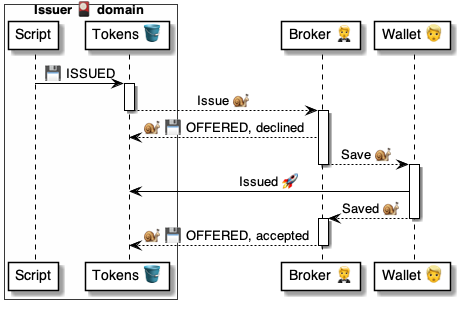
Above: 4 ⚙️ Solution/41 🎭 Domain Roles/Issuers 🎴/🎴🪣 Issuer tables/Tokens 🎫 table/🪣 Tokens/🎴 Issuer.Tokens ⚙️ uml.png in pollyweb-org/pollyweb-docs (PlantUML), before the change. Its source is kept beside it as 4 ⚙️ Solution/41 🎭 Domain Roles/Issuers 🎴/🎴🪣 Issuer tables/Tokens 🎫 table/🪣 Tokens/🎴 Issuer.Tokens ⚙️ uml.puml.
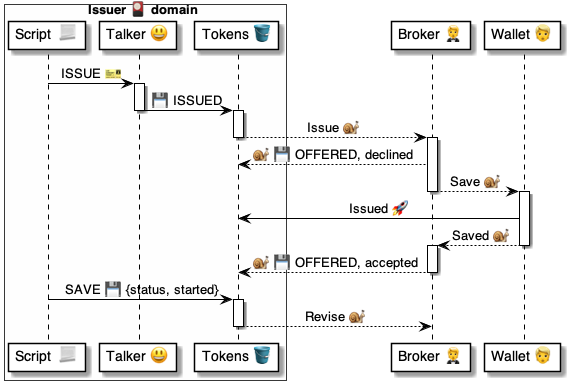
The same file after the commit.

Change to the diagram source:
```diff
@@ -1,13 +1,19 @@
 @startuml Issuer.Tokens
 
 box Issuer 🎴 domain #FFFFFA
-    participant "Script" as script
+    participant "Script  📃" as script
+    participant "Talker 😃" as talker
     participant "Tokens 🪣" as tokens
 end box
 participant "Broker 🤵" as broker
 participant "Wallet 👱" as wallet
 
-script -> tokens: 💾 ISSUED
+script -> talker: ISSUE 🎫
+
+activate talker
+    talker -> tokens: 💾 ISSUED
+deactivate talker
+
 
 activate tokens
     tokens --> broker: Issue 🐌
@@ -27,4 +33,9 @@
     broker --> tokens: 🐌 💾 OFFERED, accepted
 deactivate broker
 
+script -> tokens: SAVE 💾 {status, started}
+activate tokens
+    tokens --> broker: Revise 🐌
+deactivate tokens
+
 @enduml
```
